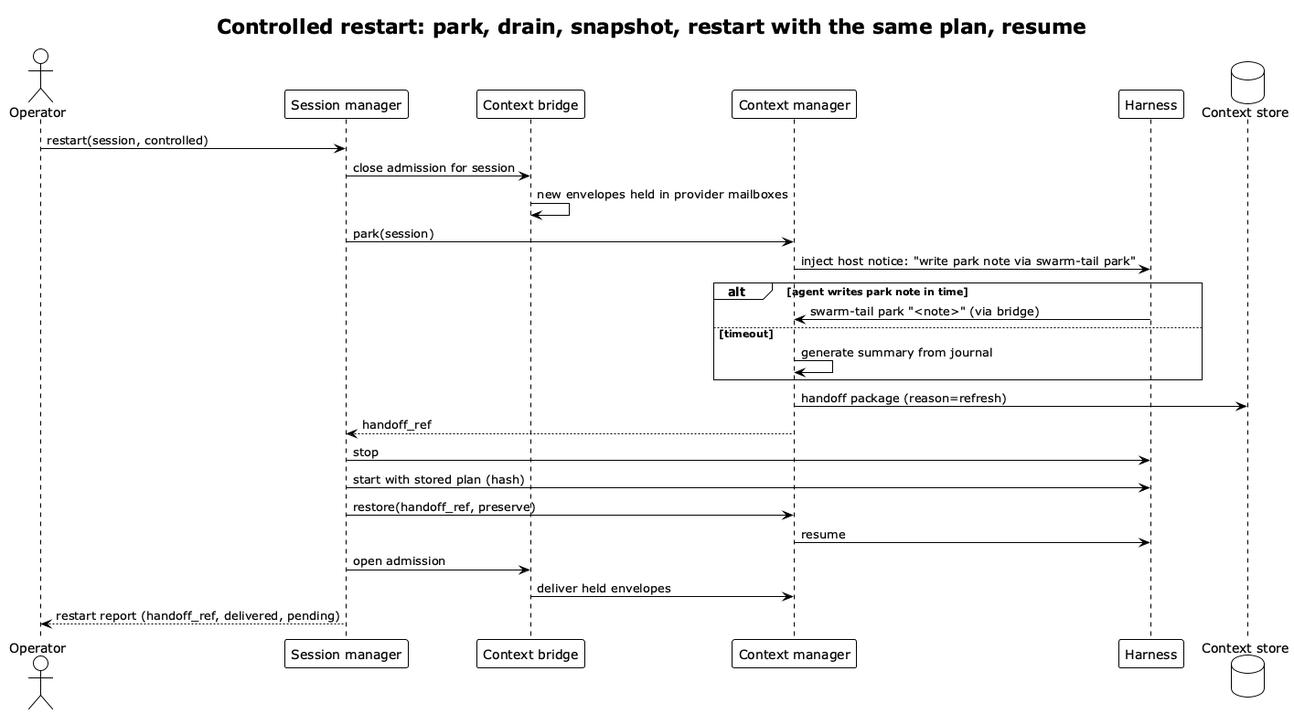
Before: diagrams/artefacts/plantuml/controlled-restart.png, a diagram exported from PlantUML (relux-works/swarm-platform-architecture). Its diagram source:
```plantuml
@startuml controlled-restart
!theme plain
title Controlled restart: park, drain, snapshot, restart with the same plan, resume

actor "Operator" as Op
participant "Session manager" as SM
participant "Context bridge" as BR
participant "Context manager" as CM
participant "Harness" as H
database "Context store" as JS

Op -> SM: restart(session, controlled)
SM -> BR: close admission for session
BR -> BR: new envelopes held in provider mailboxes
SM -> CM: park(session)
CM -> H: inject host notice: "write park note via swarm-tail park"
alt agent writes park note in time
  H -> CM: swarm-tail park "<note>" (via bridge)
else timeout
  CM -> CM: generate summary from journal
end
CM -> JS: handoff package (reason=refresh)
CM --> SM: handoff_ref
SM -> H: stop
SM -> H: start with stored plan (hash)
SM -> CM: restore(handoff_ref, preserve)
CM -> H: resume
SM -> BR: open admission
BR -> CM: deliver held envelopes
SM --> Op: restart report (handoff_ref, delivered, pending)
@enduml
```
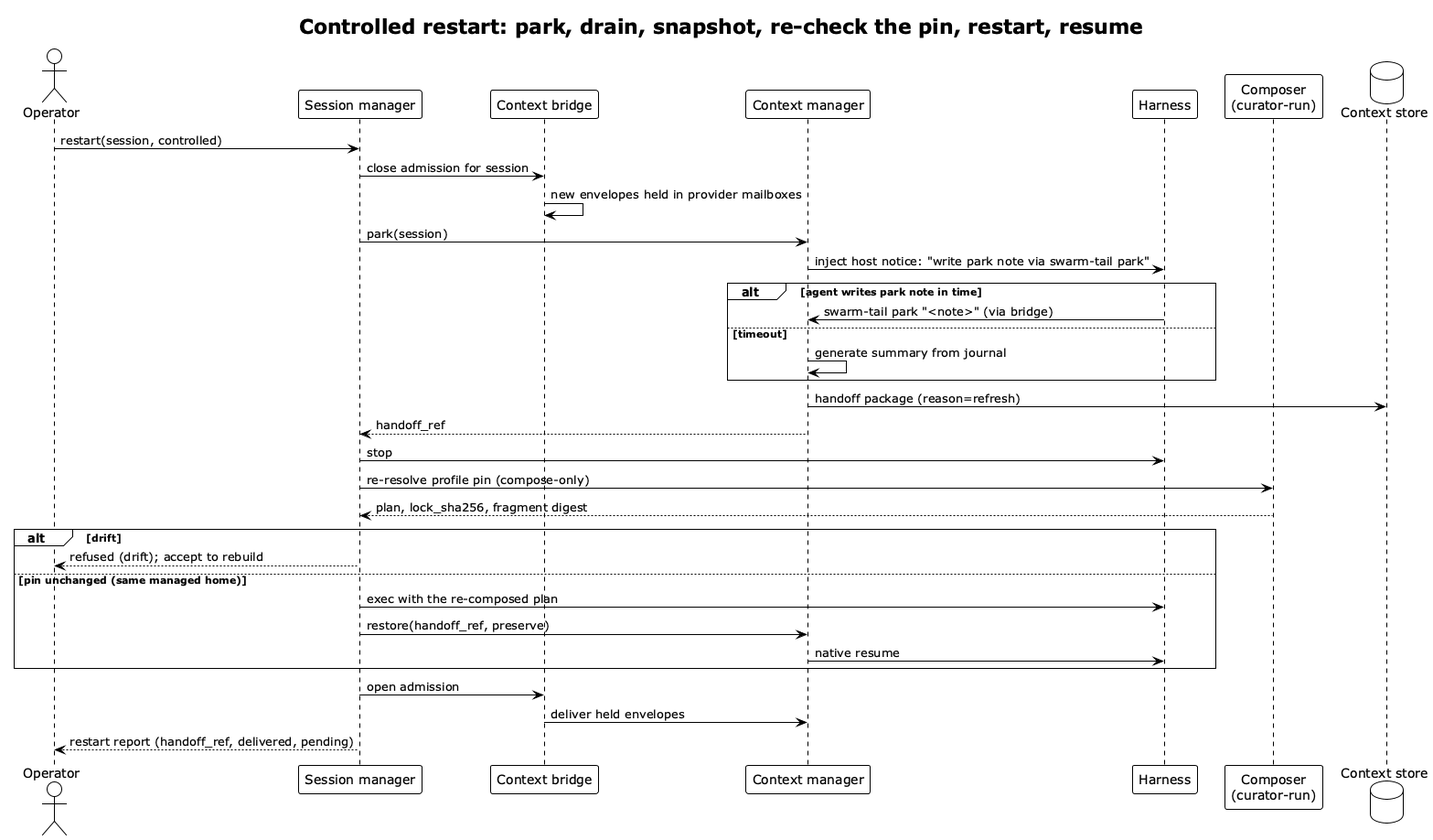
The same diagram one commit later.

What changed in the source:
```diff
@@ -1,12 +1,13 @@
 @startuml controlled-restart
 !theme plain
-title Controlled restart: park, drain, snapshot, restart with the same plan, resume
+title Controlled restart: park, drain, snapshot, re-check the pin, restart, resume
 
 actor "Operator" as Op
 participant "Session manager" as SM
 participant "Context bridge" as BR
 participant "Context manager" as CM
 participant "Harness" as H
+participant "Composer\n(curator-run)" as C
 database "Context store" as JS
 
 Op -> SM: restart(session, controlled)
@@ -22,9 +23,15 @@
 CM -> JS: handoff package (reason=refresh)
 CM --> SM: handoff_ref
 SM -> H: stop
-SM -> H: start with stored plan (hash)
-SM -> CM: restore(handoff_ref, preserve)
-CM -> H: resume
+SM -> C: re-resolve profile pin (compose-only)
+C --> SM: plan, lock_sha256, fragment digest
+alt drift
+  SM --> Op: refused (drift); accept to rebuild
+else pin unchanged (same managed home)
+  SM -> H: exec with the re-composed plan
+  SM -> CM: restore(handoff_ref, preserve)
+  CM -> H: native resume
+end
 SM -> BR: open admission
 BR -> CM: deliver held envelopes
 SM --> Op: restart report (handoff_ref, delivered, pending)
```
